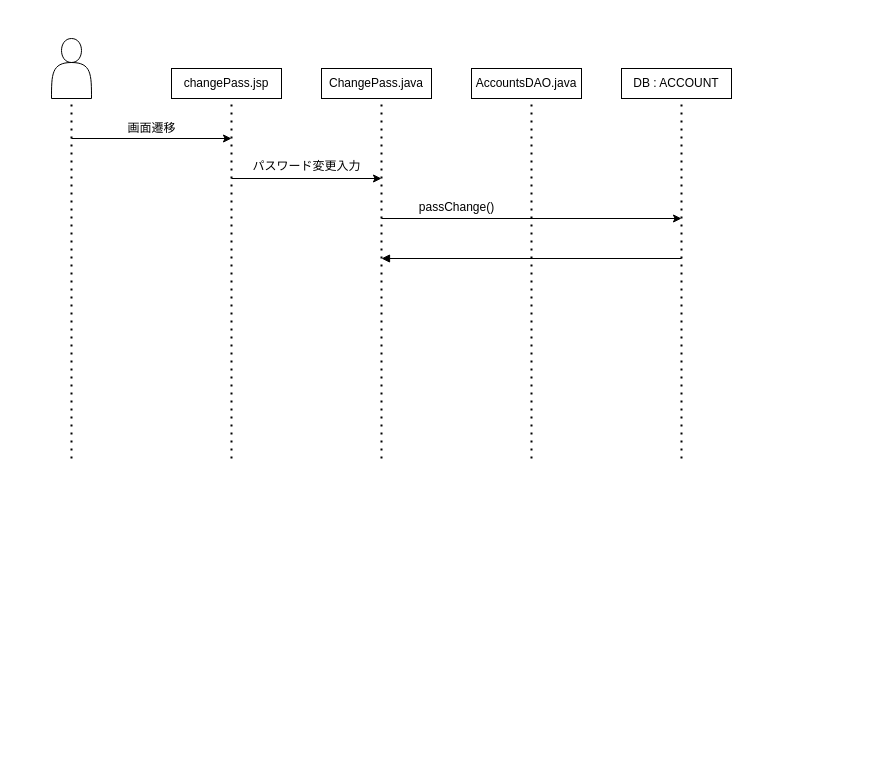
Masaaki-Kobayashi-kccs/sampleRepo2 keeps this draw.io diagram as page "ページ1" (1 of 2) of シーケンス図.drawio. Above is the earlier version. Source tidied: cells renumbered, new cells numbered last; positions are measured from the earlier drawing's top-left corner, leaving out a move shared by most shapes. Both pictures are drawn from the tidied source at 100%, with x=0, y=0 at pixel (51, 17).
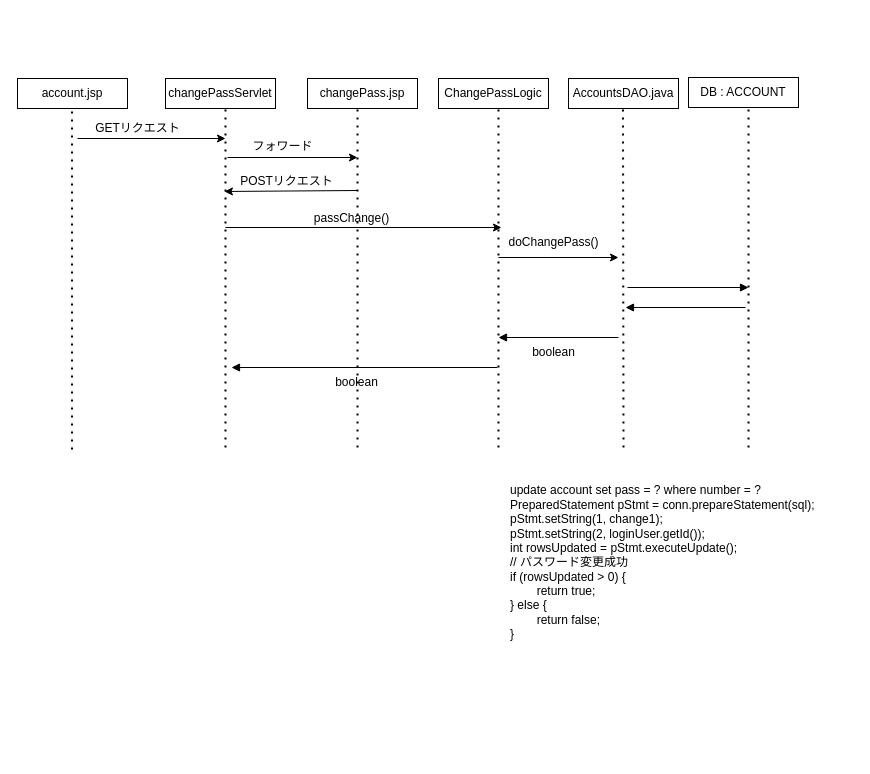
After the change.

Commit message (it also covers changes not shown here):
シーケンス図.drawio を更新します

What changed in the source:
```diff
@@
-    <mxCell id="2" value="changePass.jsp" style="rounded=0;whiteSpace=wrap;html=1;" parent="1" vertex="1">
-      <mxGeometry x="120" y="51" width="110" height="30" as="geometry" />
+    <mxCell id="2" value="account.jsp" style="rounded=0;whiteSpace=wrap;html=1;" parent="1" vertex="1">
+      <mxGeometry x="-34" y="61" width="110" height="30" as="geometry" />
     </mxCell>
-    <mxCell id="3" value="ChangePass.java" style="rounded=0;whiteSpace=wrap;html=1;" parent="1" vertex="1">
-      <mxGeometry x="270" y="51" width="110" height="30" as="geometry" />
-    </mxCell>
     <mxCell id="4" style="endArrow=none;dashed=1;html=1;dashPattern=1 3;strokeWidth=2;rounded=0;" parent="1" edge="1">
       <mxGeometry relative="1" as="geometry">
-        <mxPoint x="20" y="441" as="sourcePoint" />
-        <mxPoint x="20" y="81" as="targetPoint" />
+        <mxPoint x="20.5" y="432" as="sourcePoint" />
+        <mxPoint x="20.5" y="91" as="targetPoint" />
       </mxGeometry>
     </mxCell>
     <mxCell id="5" style="endArrow=none;dashed=1;html=1;dashPattern=1 3;strokeWidth=2;rounded=0;" parent="1" edge="1">
       <mxGeometry relative="1" as="geometry">
-        <mxPoint x="180" y="441" as="sourcePoint" />
-        <mxPoint x="180" y="81" as="targetPoint" />
+        <mxPoint x="306" y="430" as="sourcePoint" />
+        <mxPoint x="306" y="81" as="targetPoint" />
       </mxGeometry>
     </mxCell>
-    <mxCell id="6" style="endArrow=none;dashed=1;html=1;dashPattern=1 3;strokeWidth=2;rounded=0;" parent="1" edge="1">
-      <mxGeometry relative="1" as="geometry">
-        <mxPoint x="330" y="441" as="sourcePoint" />
-        <mxPoint x="330" y="81" as="targetPoint" />
-      </mxGeometry>
-    </mxCell>
     <mxCell id="7" style="endArrow=classic;html=1;rounded=0;" parent="1" edge="1">
       <mxGeometry relative="1" as="geometry">
-        <mxPoint x="20" y="121" as="sourcePoint" />
-        <mxPoint x="180" y="121" as="targetPoint" />
+        <mxPoint x="26" y="121" as="sourcePoint" />
+        <mxPoint x="174" y="121" as="targetPoint" />
       </mxGeometry>
     </mxCell>
-    <mxCell id="8" style="endArrow=classic;html=1;rounded=0;" parent="1" edge="1">
+    <mxCell id="8" style="endArrow=classic;html=1;rounded=0;entryX=-0.017;entryY=0.833;entryDx=0;entryDy=0;entryPerimeter=0;" parent="1" edge="1" target="37">
       <mxGeometry relative="1" as="geometry">
-        <mxPoint x="180" y="161" as="sourcePoint" />
-        <mxPoint x="330" y="161" as="targetPoint" />
+        <mxPoint x="306" y="173" as="sourcePoint" />
       </mxGeometry>
     </mxCell>
-    <mxCell id="9" style="endArrow=classic;html=1;rounded=0;" parent="1" edge="1">
-      <mxGeometry relative="1" as="geometry">
-        <mxPoint x="330" y="201" as="sourcePoint" />
-        <mxPoint x="630" y="201" as="targetPoint" />
-      </mxGeometry>
-    </mxCell>
-    <mxCell id="10" value="画面遷移" style="text;html=1;align=center;verticalAlign=middle;strokeColor=none;fillColor=none;" parent="1" vertex="1">
-      <mxGeometry x="65" y="96" width="70" height="30" as="geometry" />
+    <mxCell id="10" value="GETリクエスト" style="text;html=1;align=center;verticalAlign=middle;strokeColor=none;fillColor=none;" parent="1" vertex="1">
+      <mxGeometry x="31" y="96" width="110" height="30" as="geometry" />
     </mxCell>
-    <mxCell id="11" value="パスワード変更入力" style="text;html=1;align=center;verticalAlign=middle;strokeColor=none;fillColor=none;" parent="1" vertex="1">
-      <mxGeometry x="190" y="134" width="130" height="30" as="geometry" />
-    </mxCell>
-    <mxCell id="12" value="passChange()" style="text;html=1;align=center;verticalAlign=middle;strokeColor=none;fillColor=none;" parent="1" vertex="1">
-      <mxGeometry x="355" y="175" width="100" height="30" as="geometry" />
-    </mxCell>
     <mxCell id="13" style="group;" parent="1" vertex="1">
-      <mxGeometry x="420" width="110" height="730" as="geometry" />
+      <mxGeometry x="401" width="156" height="740" as="geometry" />
     </mxCell>
+    <mxCell id="21" style="group;" parent="13" vertex="1">
+      <mxGeometry y="10" width="156" height="730" as="geometry" />
+    </mxCell>
+    <mxCell id="22" value="ChangePassLogic" style="rounded=0;whiteSpace=wrap;html=1;" parent="21" vertex="1">
+      <mxGeometry x="-14" y="51" width="110" height="30" as="geometry" />
+    </mxCell>
+    <mxCell id="23" style="endArrow=none;dashed=1;html=1;dashPattern=1 3;strokeWidth=2;rounded=0;" parent="21" edge="1">
+      <mxGeometry relative="1" as="geometry">
+        <mxPoint x="46" y="420" as="sourcePoint" />
+        <mxPoint x="46" y="81" as="targetPoint" />
+      </mxGeometry>
+    </mxCell>
+    <mxCell id="24" style="endArrow=classic;html=1;rounded=0;" parent="21" edge="1">
+      <mxGeometry relative="1" as="geometry">
+        <mxPoint x="46" y="230" as="sourcePoint" />
+        <mxPoint x="166" y="230" as="targetPoint" />
+      </mxGeometry>
+    </mxCell>
+    <mxCell id="25" value="boolean" style="text;html=1;align=center;verticalAlign=middle;strokeColor=none;fillColor=none;" parent="21" vertex="1">
+      <mxGeometry x="66" y="310" width="70" height="30" as="geometry" />
+    </mxCell>
+    <mxCell id="26" value="doChangePass()" style="text;html=1;align=center;verticalAlign=middle;strokeColor=none;fillColor=none;" parent="21" vertex="1">
+      <mxGeometry x="46" y="200" width="110" height="30" as="geometry" />
+    </mxCell>
+    <mxCell id="16" style="group;" parent="1" vertex="1">
+      <mxGeometry x="531" width="270" height="730" as="geometry" />
+    </mxCell>
+    <mxCell id="15" style="endArrow=none;dashed=1;html=1;dashPattern=1 3;strokeWidth=2;rounded=0;" parent="16" edge="1">
+      <mxGeometry relative="1" as="geometry">
+        <mxPoint x="41" y="430" as="sourcePoint" />
+        <mxPoint x="40.5" y="91" as="targetPoint" />
+      </mxGeometry>
+    </mxCell>
+    <mxCell id="19" style="endArrow=none;html=1;rounded=0;startArrow=block;startFill=1;endFill=0;" parent="16" edge="1">
+      <mxGeometry relative="1" as="geometry">
+        <mxPoint x="166" y="270" as="sourcePoint" />
+        <mxPoint x="45" y="270" as="targetPoint" />
+      </mxGeometry>
+    </mxCell>
-    <mxCell id="14" value="AccountsDAO.java" style="rounded=0;whiteSpace=wrap;html=1;" parent="13" vertex="1">
-      <mxGeometry y="51" width="110" height="30" as="geometry" />
+    <mxCell id="14" value="AccountsDAO.java" style="rounded=0;whiteSpace=wrap;html=1;" parent="16" vertex="1">
+      <mxGeometry x="-14" y="61" width="110" height="30" as="geometry" />
     </mxCell>
-    <mxCell id="15" style="endArrow=none;dashed=1;html=1;dashPattern=1 3;strokeWidth=2;rounded=0;" parent="13" edge="1">
-      <mxGeometry relative="1" as="geometry">
-        <mxPoint x="60" y="441" as="sourcePoint" />
-        <mxPoint x="60" y="81" as="targetPoint" />
-      </mxGeometry>
-    </mxCell>
-    <mxCell id="16" style="group;" parent="1" vertex="1">
-      <mxGeometry x="570" width="110" height="730" as="geometry" />
-    </mxCell>
+    <mxCell id="27" style="group;" parent="16" vertex="1">
+      <mxGeometry x="106" y="60" width="110" height="390" as="geometry" />
+    </mxCell>
-    <mxCell id="17" value="DB : ACCOUNT" style="rounded=0;whiteSpace=wrap;html=1;" parent="16" vertex="1">
-      <mxGeometry y="51" width="110" height="30" as="geometry" />
+    <mxCell id="17" value="DB : ACCOUNT" style="rounded=0;whiteSpace=wrap;html=1;" parent="27" vertex="1">
+      <mxGeometry width="110" height="30" as="geometry" />
     </mxCell>
-    <mxCell id="18" style="endArrow=none;dashed=1;html=1;dashPattern=1 3;strokeWidth=2;rounded=0;" parent="16" edge="1">
+    <mxCell id="18" style="endArrow=none;dashed=1;html=1;dashPattern=1 3;strokeWidth=2;rounded=0;" parent="27" edge="1">
       <mxGeometry relative="1" as="geometry">
-        <mxPoint x="60" y="441" as="sourcePoint" />
-        <mxPoint x="60" y="81" as="targetPoint" />
+        <mxPoint x="60" y="370" as="sourcePoint" />
+        <mxPoint x="60" y="30" as="targetPoint" />
       </mxGeometry>
     </mxCell>
-    <mxCell id="19" style="endArrow=none;html=1;rounded=0;startArrow=block;startFill=1;endFill=0;" parent="1" edge="1">
-      <mxGeometry relative="1" as="geometry">
-        <mxPoint x="330" y="241" as="sourcePoint" />
-        <mxPoint x="630" y="241" as="targetPoint" />
-      </mxGeometry>
-    </mxCell>
-    <mxCell id="20" style="shape=actor;whiteSpace=wrap;html=1;" parent="1" vertex="1">
-      <mxGeometry y="21" width="40" height="60" as="geometry" />
-    </mxCell>
+    <mxCell id="28" style="endArrow=none;html=1;rounded=0;startArrow=block;startFill=1;endFill=0;" parent="16" edge="1">
+      <mxGeometry relative="1" as="geometry">
+        <mxPoint x="-84" y="320" as="sourcePoint" />
+        <mxPoint x="36" y="320" as="targetPoint" />
+      </mxGeometry>
+    </mxCell>
+    <mxCell id="29" value="update account set pass = ? where number = ?&lt;div&gt;&lt;div&gt;&lt;span style=&quot;white-space-collapse: collapse;&quot;&gt;PreparedStatement pStmt = conn.prepareStatement(sql);&lt;/span&gt;&lt;/div&gt;&lt;div&gt;&lt;span style=&quot;white-space-collapse: collapse;&quot;&gt;pStmt.setString(1, change1);&lt;/span&gt;&lt;/div&gt;&lt;div&gt;&lt;span style=&quot;white-space-collapse: collapse;&quot;&gt;pStmt.setString(2, loginUser.getId());&lt;/span&gt;&lt;/div&gt;&lt;/div&gt;&lt;div&gt;&lt;div style=&quot;&quot;&gt;&lt;span style=&quot;white-space-collapse: collapse;&quot;&gt;int rowsUpdated = pStmt.executeUpdate();&lt;/span&gt;&lt;/div&gt;&lt;div style=&quot;&quot;&gt;&lt;span style=&quot;white-space-collapse: preserve; white-space-collapse: collapse;&quot;&gt;&#9;&#9;&#9;&lt;/span&gt;&lt;/div&gt;&lt;div style=&quot;&quot;&gt;&lt;span style=&quot;white-space-collapse: collapse;&quot;&gt;// パスワード変更成功&lt;/span&gt;&lt;/div&gt;&lt;div style=&quot;&quot;&gt;&lt;span style=&quot;white-space-collapse: collapse;&quot;&gt;if (rowsUpdated &amp;gt; 0) {&lt;/span&gt;&lt;/div&gt;&lt;div style=&quot;&quot;&gt;&lt;span style=&quot;white-space-collapse: collapse;&quot;&gt;&lt;span style=&quot;white-space-collapse: preserve;&quot;&gt;&#9;&lt;/span&gt;return true;&lt;/span&gt;&lt;/div&gt;&lt;div style=&quot;&quot;&gt;&lt;span style=&quot;white-space-collapse: collapse;&quot;&gt;} else {&lt;/span&gt;&lt;/div&gt;&lt;div style=&quot;&quot;&gt;&lt;span style=&quot;white-space-collapse: collapse;&quot;&gt;&lt;span style=&quot;white-space-collapse: preserve;&quot;&gt;&#9;&lt;/span&gt;return false;&lt;/span&gt;&lt;/div&gt;&lt;div style=&quot;&quot;&gt;&lt;span style=&quot;white-space-collapse: collapse;&quot;&gt;}&lt;/span&gt;&lt;/div&gt;&lt;/div&gt;" style="text;html=1;align=left;verticalAlign=middle;strokeColor=none;fillColor=none;" parent="16" vertex="1">
+      <mxGeometry x="-74" y="460" width="330" height="170" as="geometry" />
+    </mxCell>
+    <mxCell id="30" value="changePass.jsp" style="rounded=0;whiteSpace=wrap;html=1;" parent="1" vertex="1">
+      <mxGeometry x="256" y="61" width="110" height="30" as="geometry" />
+    </mxCell>
+    <mxCell id="31" style="group;" parent="1" vertex="1">
+      <mxGeometry x="128" y="10" width="110" height="730" as="geometry" />
+    </mxCell>
+    <mxCell id="32" value="changePassServlet" style="rounded=0;whiteSpace=wrap;html=1;" parent="31" vertex="1">
+      <mxGeometry x="-14" y="51" width="110" height="30" as="geometry" />
+    </mxCell>
+    <mxCell id="33" style="endArrow=none;dashed=1;html=1;dashPattern=1 3;strokeWidth=2;rounded=0;" parent="31" edge="1">
+      <mxGeometry relative="1" as="geometry">
+        <mxPoint x="46" y="420" as="sourcePoint" />
+        <mxPoint x="46" y="81" as="targetPoint" />
+      </mxGeometry>
+    </mxCell>
+    <mxCell id="34" style="endArrow=classic;html=1;rounded=0;" parent="31" edge="1">
+      <mxGeometry relative="1" as="geometry">
+        <mxPoint x="46" y="200" as="sourcePoint" />
+        <mxPoint x="322" y="200" as="targetPoint" />
+      </mxGeometry>
+    </mxCell>
+    <mxCell id="35" style="endArrow=classic;html=1;rounded=0;" parent="1" edge="1">
+      <mxGeometry relative="1" as="geometry">
+        <mxPoint x="176" y="140" as="sourcePoint" />
+        <mxPoint x="306" y="140" as="targetPoint" />
+      </mxGeometry>
+    </mxCell>
+    <mxCell id="36" value="フォワード" style="text;html=1;align=center;verticalAlign=middle;strokeColor=none;fillColor=none;" parent="1" vertex="1">
+      <mxGeometry x="191" y="114" width="80" height="30" as="geometry" />
+    </mxCell>
+    <mxCell id="37" value="POSTリクエスト" style="text;html=1;align=center;verticalAlign=middle;points=[];strokeColor=none;fillColor=none;" parent="1" vertex="1">
+      <mxGeometry x="175" y="149" width="120" height="30" as="geometry" />
+    </mxCell>
+    <mxCell id="38" style="endArrow=none;html=1;rounded=0;startArrow=block;startFill=1;endFill=0;" parent="1" edge="1">
+      <mxGeometry relative="1" as="geometry">
+        <mxPoint x="574" y="290" as="sourcePoint" />
+        <mxPoint x="694" y="290" as="targetPoint" />
+      </mxGeometry>
+    </mxCell>
+    <mxCell id="39" style="endArrow=none;html=1;rounded=0;startArrow=block;startFill=1;endFill=0;" parent="1" edge="1">
+      <mxGeometry relative="1" as="geometry">
+        <mxPoint x="180" y="350" as="sourcePoint" />
+        <mxPoint x="446" y="350" as="targetPoint" />
+      </mxGeometry>
+    </mxCell>
+    <mxCell id="12" value="passChange()" style="text;html=1;align=center;verticalAlign=middle;strokeColor=none;fillColor=none;" parent="1" vertex="1">
+      <mxGeometry x="250" y="186" width="100" height="30" as="geometry" />
+    </mxCell>
+    <mxCell id="40" value="boolean" style="text;html=1;align=center;verticalAlign=middle;strokeColor=none;fillColor=none;" parent="1" vertex="1">
+      <mxGeometry x="270" y="350" width="70" height="30" as="geometry" />
+    </mxCell>
```
